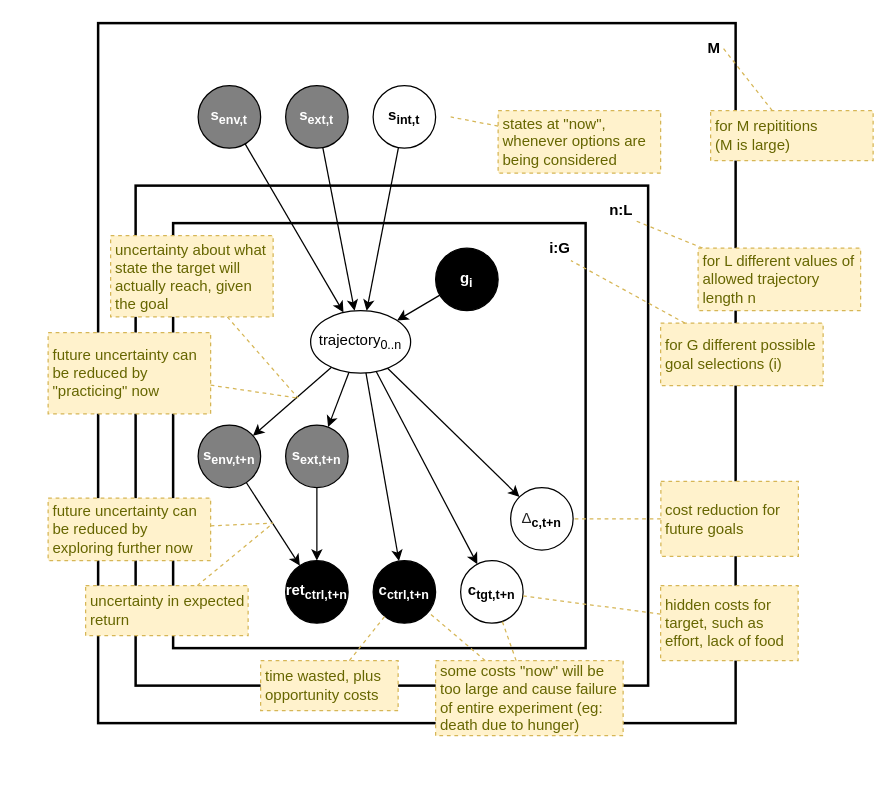
This is page "goal-value2" (6 of 8) of files/Autonomous-monitoring-and-control.drawio from malcolmlett/malcolmlett.github.io, a draw.io file, before an edit. Source tidied: cells renumbered, new cells numbered last; positions are measured from the earlier drawing's top-left corner, leaving out a move shared by most shapes. Both pictures are drawn from the tidied source at 125%, with x=0, y=0 at pixel (48, 22).
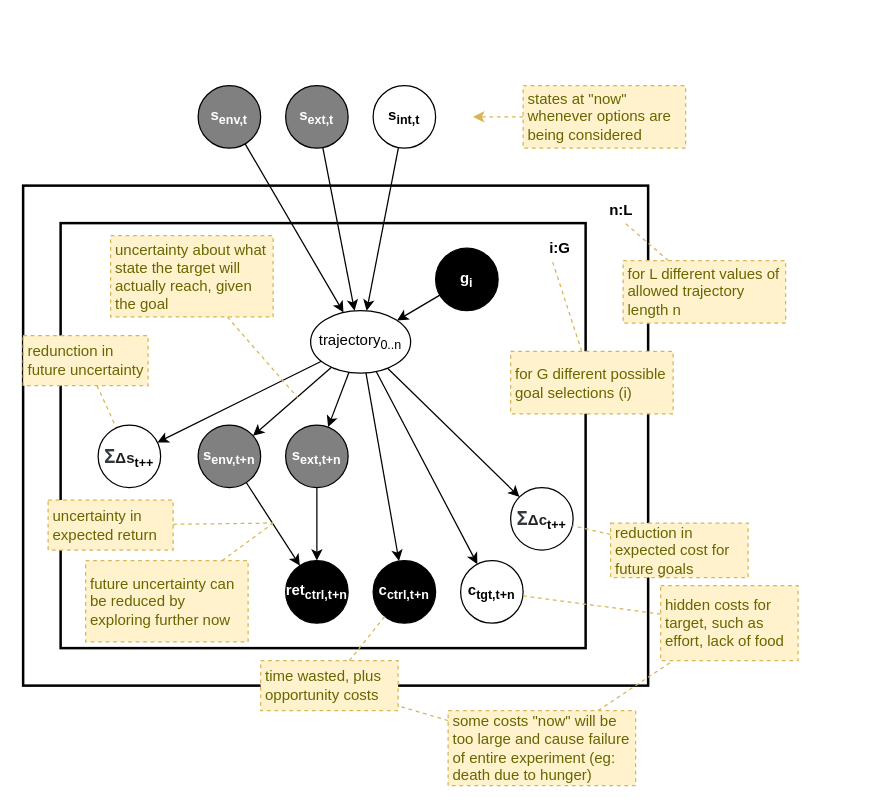
Above is the later version.

Unchanged cells that the change refers to:
```xml
<mxCell id="19" value="c&lt;sub&gt;ctrl,t+n&lt;/sub&gt;" style="ellipse;whiteSpace=wrap;html=1;fontStyle=1;fontSize=12;fillColor=#000000;fontColor=#FFFFFF;" parent="1" vertex="1">
  <mxGeometry x="260" y="430" width="50" height="50" as="geometry" />
</mxCell>
<mxCell id="26" value="trajectory&lt;sub&gt;0..n&lt;/sub&gt;" style="ellipse;whiteSpace=wrap;html=1;strokeWidth=1;fillColor=none;fontSize=12;fontColor=#000000;align=center;" parent="1" vertex="1">
  <mxGeometry x="210" y="230" width="80" height="50" as="geometry" />
</mxCell>
<mxCell id="27" value="c&lt;sub&gt;tgt,t+n&lt;/sub&gt;" style="ellipse;whiteSpace=wrap;html=1;fontStyle=1;fontSize=12;" parent="1" vertex="1">
  <mxGeometry x="330" y="430" width="50" height="50" as="geometry" />
</mxCell>
<mxCell id="36" value="hidden costs for target, such as effort, lack of food" style="rounded=0;whiteSpace=wrap;html=1;align=left;fillColor=#fff2cc;strokeColor=#d6b656;fontColor=#666600;dashed=1;spacingLeft=2;spacingRight=2;" parent="1" vertex="1">
  <mxGeometry x="490" y="450" width="110" height="60" as="geometry" />
</mxCell>
<mxCell id="38" value="time wasted, plus opportunity costs" style="rounded=0;whiteSpace=wrap;html=1;align=left;fillColor=#fff2cc;strokeColor=#d6b656;fontColor=#666600;dashed=1;spacingLeft=2;spacingRight=2;" parent="1" vertex="1">
  <mxGeometry x="170" y="510" width="110" height="40" as="geometry" />
</mxCell>
```

What changed in the source:
```diff
@@
-    <mxCell id="2" style="rounded=0;whiteSpace=wrap;html=1;fontSize=12;fontColor=#000000;align=center;fillColor=none;strokeWidth=2;" parent="1" vertex="1">
-      <mxGeometry x="40" width="510" height="560" as="geometry" />
-    </mxCell>
     <mxCell id="3" style="rounded=0;whiteSpace=wrap;html=1;fontSize=12;fontColor=#000000;align=center;fillColor=none;strokeWidth=2;" parent="1" vertex="1">
-      <mxGeometry x="70" y="130" width="410" height="400" as="geometry" />
+      <mxGeometry x="-20" y="130" width="500" height="400" as="geometry" />
     </mxCell>
     <mxCell id="4" style="rounded=0;whiteSpace=wrap;html=1;fontSize=12;fontColor=#000000;align=center;fillColor=none;strokeWidth=2;" parent="1" vertex="1">
-      <mxGeometry x="100" y="160" width="330" height="340" as="geometry" />
+      <mxGeometry x="10" y="160" width="420" height="340" as="geometry" />
     </mxCell>
@@
+    <mxCell id="55" style="rounded=0;jettySize=auto;html=1;" parent="1" edge="1" source="26" target="56">
+      <mxGeometry relative="1" as="geometry" />
+    </mxCell>
@@
     <mxCell id="29" value="for L different values of allowed trajectory length n" style="rounded=0;whiteSpace=wrap;html=1;align=left;fillColor=#fff2cc;strokeColor=#d6b656;fontColor=#666600;dashed=1;spacingLeft=2;spacingRight=2;" parent="1" vertex="1">
-      <mxGeometry x="520" y="180" width="130" height="50" as="geometry" />
+      <mxGeometry x="460" y="190" width="130" height="50" as="geometry" />
     </mxCell>
     <mxCell id="30" value="for G different possible goal selections (i)" style="rounded=0;whiteSpace=wrap;html=1;align=left;fillColor=#fff2cc;strokeColor=#d6b656;fontColor=#666600;dashed=1;spacingLeft=2;spacingRight=2;" parent="1" vertex="1">
-      <mxGeometry x="490" y="240" width="130" height="50" as="geometry" />
+      <mxGeometry x="370" y="262.5" width="130" height="50" as="geometry" />
     </mxCell>
@@
     <mxCell id="32" value="uncertainty in expected return" style="rounded=0;whiteSpace=wrap;html=1;align=left;fillColor=#fff2cc;strokeColor=#d6b656;fontColor=#666600;dashed=1;spacingLeft=2;spacingRight=2;" parent="1" vertex="1">
-      <mxGeometry x="30" y="450" width="130" height="40" as="geometry" />
+      <mxGeometry y="381.5" width="100" height="40" as="geometry" />
     </mxCell>
@@
-    <mxCell id="40" value="states at &quot;now&quot;, whenever options are being considered" style="rounded=0;whiteSpace=wrap;html=1;align=left;fillColor=#fff2cc;strokeColor=#d6b656;fontColor=#666600;dashed=1;spacingLeft=2;spacingRight=2;" parent="1" vertex="1">
-      <mxGeometry x="360" y="70" width="130" height="50" as="geometry" />
+    <mxCell id="40" value="states at &quot;now&quot; whenever options are being considered" style="rounded=0;whiteSpace=wrap;html=1;align=left;fillColor=#fff2cc;strokeColor=#d6b656;fontColor=#666600;dashed=1;spacingLeft=2;spacingRight=2;" parent="1" vertex="1">
+      <mxGeometry x="380" y="50" width="130" height="50" as="geometry" />
     </mxCell>
-    <mxCell id="41" style="rounded=0;jumpStyle=none;jettySize=auto;html=1;strokeWidth=1;fontColor=#666600;dashed=1;strokeColor=#d6b656;fillColor=#fff2cc;endArrow=none;endFill=0;entryX=0.553;entryY=0.134;entryDx=0;entryDy=0;entryPerimeter=0;" parent="1" edge="1" source="40" target="2">
-      <mxGeometry relative="1" as="geometry" />
+    <mxCell id="41" style="rounded=0;jumpStyle=none;jettySize=auto;html=1;strokeWidth=1;fontColor=#666600;dashed=1;strokeColor=#d6b656;fillColor=#fff2cc;endArrow=classic;endFill=1;" parent="1" edge="1" source="40">
+      <mxGeometry relative="1" as="geometry">
+        <mxPoint x="340" y="75" as="targetPoint" />
+      </mxGeometry>
     </mxCell>
-    <mxCell id="42" value="M" style="text;html=1;strokeColor=none;fillColor=none;align=right;verticalAlign=middle;whiteSpace=wrap;rounded=0;fontSize=12;fontColor=#000000;fontStyle=1;" parent="1" vertex="1">
-      <mxGeometry x="500" y="10" width="40" height="20" as="geometry" />
-    </mxCell>
-    <mxCell id="43" value="for M repititions&lt;br&gt;(M is large)" style="rounded=0;whiteSpace=wrap;html=1;align=left;fillColor=#fff2cc;strokeColor=#d6b656;fontColor=#666600;dashed=1;spacingLeft=2;spacingRight=2;" parent="1" vertex="1">
-      <mxGeometry x="530" y="70" width="130" height="40" as="geometry" />
-    </mxCell>
-    <mxCell id="44" style="rounded=0;jumpStyle=none;jettySize=auto;html=1;strokeWidth=1;fontColor=#666600;dashed=1;strokeColor=#d6b656;fillColor=#fff2cc;endArrow=none;endFill=0;entryX=1;entryY=0.5;entryDx=0;entryDy=0;" parent="1" edge="1" source="43" target="42">
-      <mxGeometry relative="1" as="geometry" />
-    </mxCell>
-    <mxCell id="45" value="future uncertainty can be reduced by &quot;practicing&quot; now" style="rounded=0;whiteSpace=wrap;html=1;align=left;fillColor=#fff2cc;strokeColor=#d6b656;fontColor=#666600;dashed=1;spacingLeft=2;spacingRight=2;" parent="1" vertex="1">
-      <mxGeometry y="247.5" width="130" height="65" as="geometry" />
+    <mxCell id="45" value="future uncertainty can be reduced by exploring further now" style="rounded=0;whiteSpace=wrap;html=1;align=left;fillColor=#fff2cc;strokeColor=#d6b656;fontColor=#666600;dashed=1;spacingLeft=2;spacingRight=2;" parent="1" vertex="1">
+      <mxGeometry x="30" y="430" width="130" height="65" as="geometry" />
     </mxCell>
     <mxCell id="46" style="rounded=0;jumpStyle=none;jettySize=auto;html=1;strokeWidth=1;fontColor=#666600;dashed=1;strokeColor=#d6b656;fillColor=#fff2cc;endArrow=none;endFill=0;" parent="1" edge="1" source="45">
       <mxGeometry relative="1" as="geometry">
-        <mxPoint x="200" y="300" as="targetPoint" />
+        <mxPoint x="180" y="400" as="targetPoint" />
       </mxGeometry>
     </mxCell>
-    <mxCell id="47" value="future uncertainty can be reduced by exploring further now" style="rounded=0;whiteSpace=wrap;html=1;align=left;fillColor=#fff2cc;strokeColor=#d6b656;fontColor=#666600;dashed=1;spacingLeft=2;spacingRight=2;" parent="1" vertex="1">
-      <mxGeometry y="380" width="130" height="50" as="geometry" />
+    <mxCell id="47" value="redunction in future uncertainty" style="rounded=0;whiteSpace=wrap;html=1;align=left;fillColor=#fff2cc;strokeColor=#d6b656;fontColor=#666600;dashed=1;spacingLeft=2;spacingRight=2;" parent="1" vertex="1">
+      <mxGeometry x="-20" y="250" width="100" height="40" as="geometry" />
     </mxCell>
-    <mxCell id="48" style="rounded=0;jumpStyle=none;jettySize=auto;html=1;strokeWidth=1;fontColor=#666600;dashed=1;strokeColor=#d6b656;fillColor=#fff2cc;endArrow=none;endFill=0;" parent="1" edge="1" source="47">
-      <mxGeometry relative="1" as="geometry">
-        <mxPoint x="180" y="400" as="targetPoint" />
-      </mxGeometry>
+    <mxCell id="48" style="rounded=0;jumpStyle=none;jettySize=auto;html=1;strokeWidth=1;fontColor=#666600;dashed=1;strokeColor=#d6b656;fillColor=#fff2cc;endArrow=none;endFill=0;" parent="1" edge="1" source="47" target="56">
+      <mxGeometry relative="1" as="geometry" />
     </mxCell>
     <mxCell id="49" value="some costs &quot;now&quot; will be too large and cause failure of entire experiment (eg: death due to hunger)" style="rounded=0;whiteSpace=wrap;html=1;align=left;fillColor=#fff2cc;strokeColor=#d6b656;fontColor=#666600;dashed=1;spacingLeft=2;spacingRight=2;" parent="1" vertex="1">
-      <mxGeometry x="310" y="510" width="150" height="60" as="geometry" />
+      <mxGeometry x="320" y="550" width="150" height="60" as="geometry" />
     </mxCell>
-    <mxCell id="50" style="rounded=0;jumpStyle=none;jettySize=auto;html=1;strokeWidth=1;fontColor=#666600;dashed=1;strokeColor=#d6b656;fillColor=#fff2cc;endArrow=none;endFill=0;" parent="1" edge="1" source="49" target="19">
+    <mxCell id="50" style="rounded=0;jumpStyle=none;jettySize=auto;html=1;strokeWidth=1;fontColor=#666600;dashed=1;strokeColor=#d6b656;fillColor=#fff2cc;endArrow=none;endFill=0;" parent="1" edge="1" source="49" target="38">
       <mxGeometry relative="1" as="geometry" />
     </mxCell>
-    <mxCell id="51" style="rounded=0;jumpStyle=none;jettySize=auto;html=1;strokeWidth=1;fontColor=#666600;dashed=1;strokeColor=#d6b656;fillColor=#fff2cc;endArrow=none;endFill=0;" parent="1" edge="1" source="49" target="27">
+    <mxCell id="51" style="rounded=0;jumpStyle=none;jettySize=auto;html=1;strokeWidth=1;fontColor=#666600;dashed=1;strokeColor=#d6b656;fillColor=#fff2cc;endArrow=none;endFill=0;" parent="1" edge="1" source="49" target="36">
       <mxGeometry relative="1" as="geometry" />
     </mxCell>
-    <mxCell id="52" value="&lt;span style=&quot;color: rgb(34 , 34 , 34) ; font-family: &amp;#34;google sans&amp;#34; , &amp;#34;arial&amp;#34; , sans-serif ; font-weight: 400 ; text-align: left ; background-color: rgb(255 , 255 , 255)&quot;&gt;&lt;font style=&quot;font-size: 12px&quot;&gt;Δ&lt;/font&gt;&lt;/span&gt;&lt;sub&gt;c,t+n&lt;/sub&gt;" style="ellipse;whiteSpace=wrap;html=1;fontStyle=1;fontSize=12;" parent="1" vertex="1">
+    <mxCell id="52" value="&lt;span style=&quot;color: rgb(52 , 58 , 64) ; font-family: &amp;#34;open sans&amp;#34; ; font-size: 15px ; background-color: rgb(255 , 255 , 255)&quot;&gt;Σ&lt;/span&gt;&lt;span style=&quot;color: rgb(34 , 34 , 34) ; font-family: &amp;#34;google sans&amp;#34; , &amp;#34;arial&amp;#34; , sans-serif ; text-align: left ; background-color: rgb(255 , 255 , 255)&quot;&gt;&lt;font style=&quot;font-size: 12px&quot;&gt;Δc&lt;/font&gt;&lt;/span&gt;&lt;sub&gt;t++&lt;/sub&gt;" style="ellipse;whiteSpace=wrap;html=1;fontStyle=1;fontSize=12;" parent="1" vertex="1">
       <mxGeometry x="370" y="371.5" width="50" height="50" as="geometry" />
     </mxCell>
-    <mxCell id="53" value="cost reduction for future goals" style="rounded=0;whiteSpace=wrap;html=1;align=left;fillColor=#fff2cc;strokeColor=#d6b656;fontColor=#666600;dashed=1;spacingLeft=2;spacingRight=2;" parent="1" vertex="1">
-      <mxGeometry x="490.2" y="366.5" width="110" height="60" as="geometry" />
+    <mxCell id="53" value="reduction in expected cost for future goals" style="rounded=0;whiteSpace=wrap;html=1;align=left;fillColor=#fff2cc;strokeColor=#d6b656;fontColor=#666600;dashed=1;spacingLeft=2;spacingRight=2;" parent="1" vertex="1">
+      <mxGeometry x="450" y="400" width="110" height="43.5" as="geometry" />
     </mxCell>
@@
+    <mxCell id="56" value="&lt;span style=&quot;color: rgb(52 , 58 , 64) ; font-family: &amp;#34;open sans&amp;#34; ; font-size: 15px ; background-color: rgb(255 , 255 , 255)&quot;&gt;Σ&lt;/span&gt;&lt;span style=&quot;color: rgb(34 , 34 , 34) ; font-family: &amp;#34;google sans&amp;#34; , &amp;#34;arial&amp;#34; , sans-serif ; text-align: left ; background-color: rgb(255 , 255 , 255)&quot;&gt;&lt;font style=&quot;font-size: 12px&quot;&gt;Δs&lt;/font&gt;&lt;/span&gt;&lt;sub&gt;t++&lt;/sub&gt;" style="ellipse;whiteSpace=wrap;html=1;fontStyle=1;fontSize=12;" parent="1" vertex="1">
+      <mxGeometry x="40" y="321.5" width="50" height="50" as="geometry" />
+    </mxCell>
```
